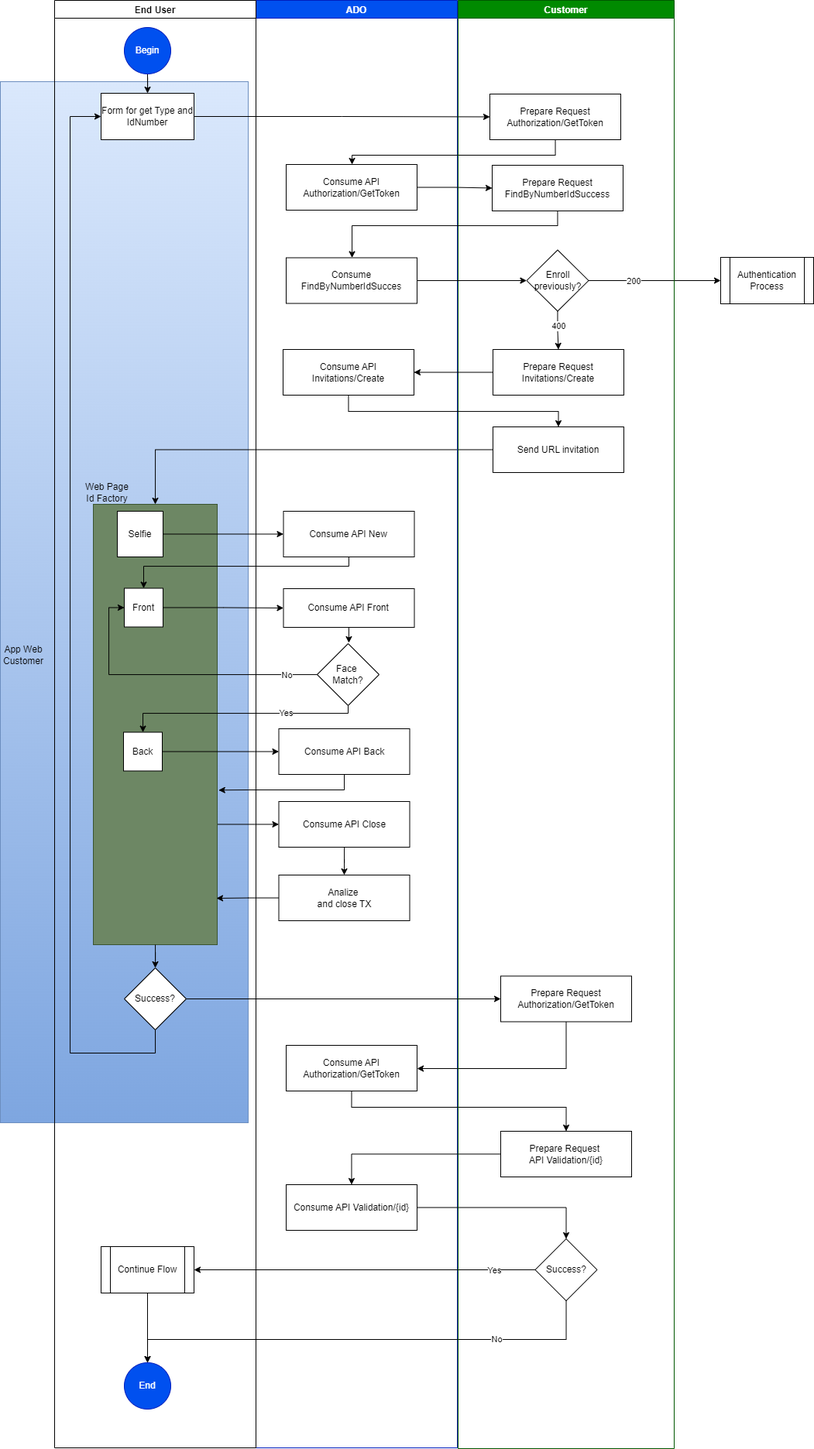
This is V2/imgs/FlujoWebPage.png from A3-Enterprise/A3.Frontend.Documentations, a draw.io export, as it was before one commit. Source tidied: cells renumbered, new cells last; positions are measured from the earlier drawing's top-left corner, leaving out a move shared by most shapes.
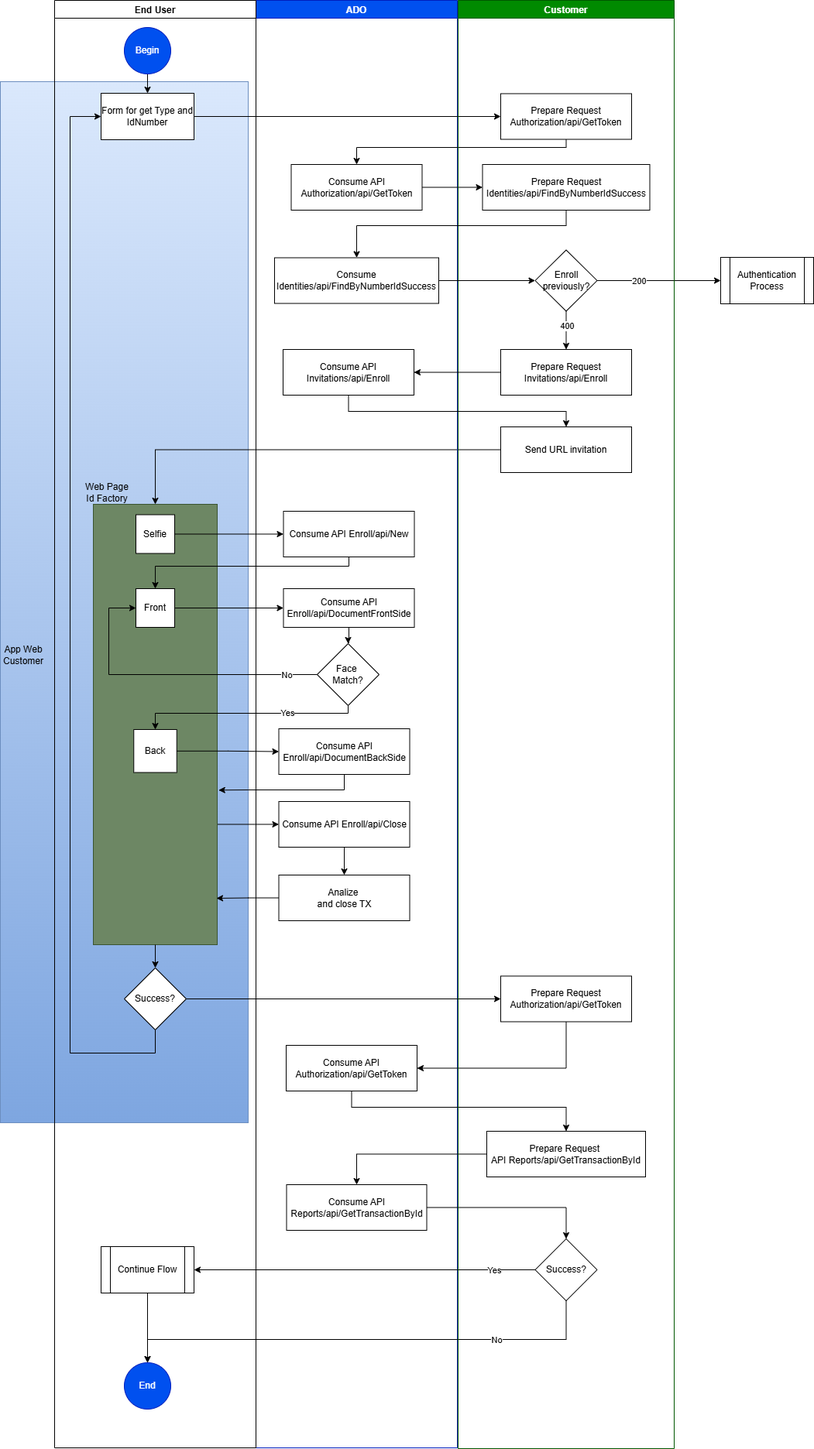
The same file after the commit.

Diff of the diagram source:
```diff
@@ -21,18 +21,21 @@
     <mxCell id="6" value="ADO" style="swimlane;startSize=23;fillColor=#0050ef;fontColor=#ffffff;strokeColor=#001DBC;" parent="1" vertex="1">
       <mxGeometry x="330" width="260" height="1870" as="geometry" />
     </mxCell>
-    <mxCell id="7" value="Consume API Authorization/GetToken&lt;span style=&quot;font-family: monospace; font-size: 0px; text-align: start; text-wrap: nowrap;&quot;&gt;xGraphModel%3E%3Croot%3E%3CmxCell%20id%3D%220%22%2F%3E%3CmxCell%20id%3D%221%22%20parent%3D%220%22%2F%3E%3CmxCell%20id%3D%222%22%20value%3D%22Prepare%20Request%20GetByNumberIdSuccess%22%20style%3D%22rounded%3D0%3BwhiteSpace%3Dwrap%3Bhtml%3D1%3B%22%20vertex%3D%221%22%20parent%3D%221%22%3E%3CmxGeometry%20x%3D%22592%22%20y%3D%22131%22%20width%3D%22169%22%20height%3D%2259%22%20as%3D%22geometry%22%2F%3E%3C%2FmxCell%3E%3C%2Froot%3E%3C%2FmxGraphModel%3E&lt;/span&gt;&lt;span style=&quot;font-family: monospace; font-size: 0px; text-align: start; text-wrap: nowrap;&quot;&gt;%3CmxGraphModel%3E%3Croot%3E%3CmxCell%20id%3D%220%22%2F%3E%3CmxCell%20id%3D%221%22%20parent%3D%220%22%2F%3E%3CmxCell%20id%3D%222%22%20value%3D%22Prepare%20Request%20GetByNumberIdSuccess%22%20style%3D%22rounded%3D0%3BwhiteSpace%3Dwrap%3Bhtml%3D1%3B%22%20vertex%3D%221%22%20parent%3D%221%22%3E%3CmxGeometry%20x%3D%22592%22%20y%3D%22131%22%20width%3D%22169%22%20height%3D%2259%22%20as%3D%22geometr&lt;/span&gt;" style="rounded=0;whiteSpace=wrap;html=1;" parent="6" vertex="1">
-      <mxGeometry x="39" y="212" width="169" height="59" as="geometry" />
+    <mxCell id="7" value="Consume API Authorization/api/GetToken" style="rounded=0;whiteSpace=wrap;html=1;" parent="6" vertex="1">
+      <mxGeometry x="45.5" y="212" width="169" height="59" as="geometry" />
     </mxCell>
-    <mxCell id="8" value="Consume API Authorization/GetToken&lt;span style=&quot;font-family: monospace; font-size: 0px; text-align: start; text-wrap: nowrap;&quot;&gt;xGraphModel%3E%3Croot%3E%3CmxCell%20id%3D%220%22%2F%3E%3CmxCell%20id%3D%221%22%20parent%3D%220%22%2F%3E%3CmxCell%20id%3D%222%22%20value%3D%22Prepare%20Request%20GetByNumberIdSuccess%22%20style%3D%22rounded%3D0%3BwhiteSpace%3Dwrap%3Bhtml%3D1%3B%22%20vertex%3D%221%22%20parent%3D%221%22%3E%3CmxGeometry%20x%3D%22592%22%20y%3D%22131%22%20width%3D%22169%22%20height%3D%2259%22%20as%3D%22geometry%22%2F%3E%3C%2FmxCell%3E%3C%2Froot%3E%3C%2FmxGraphModel%3E&lt;/span&gt;&lt;span style=&quot;font-family: monospace; font-size: 0px; text-align: start; text-wrap: nowrap;&quot;&gt;%3CmxGraphModel%3E%3Croot%3E%3CmxCell%20id%3D%220%22%2F%3E%3CmxCell%20id%3D%221%22%20parent%3D%220%22%2F%3E%3CmxCell%20id%3D%222%22%20value%3D%22Prepare%20Request%20GetByNumberIdSuccess%22%20style%3D%22rounded%3D0%3BwhiteSpace%3Dwrap%3Bhtml%3D1%3B%22%20vertex%3D%221%22%20parent%3D%221%22%3E%3CmxGeometry%20x%3D%22592%22%20y%3D%22131%22%20width%3D%22169%22%20height%3D%2259%22%20as%3D%22geometr&lt;/span&gt;" style="rounded=0;whiteSpace=wrap;html=1;" parent="6" vertex="1">
+    <mxCell id="8" value="Consume API Authorization/api/GetToken" style="rounded=0;whiteSpace=wrap;html=1;" parent="6" vertex="1">
       <mxGeometry x="39" y="1350" width="169" height="59" as="geometry" />
     </mxCell>
     <mxCell id="9" value="Analize&amp;nbsp;&lt;div&gt;and close TX&lt;/div&gt;" style="rounded=0;whiteSpace=wrap;html=1;" parent="6" vertex="1">
       <mxGeometry x="29.5" y="1130" width="169" height="59" as="geometry" />
     </mxCell>
-    <mxCell id="10" value="Consume API Validation/{id}" style="rounded=0;whiteSpace=wrap;html=1;" parent="6" vertex="1">
-      <mxGeometry x="39" y="1530" width="169" height="59" as="geometry" />
+    <mxCell id="10" value="Consume API Reports/api/GetTransactionById" style="rounded=0;whiteSpace=wrap;html=1;" parent="6" vertex="1">
+      <mxGeometry x="39.5" y="1530" width="181" height="59" as="geometry" />
     </mxCell>
+    <mxCell id="60" value="Consume Identities/api/FindByNumberIdSuccess" style="rounded=0;whiteSpace=wrap;html=1;" parent="6" vertex="1">
+      <mxGeometry x="24" y="332.5" width="212" height="59" as="geometry" />
+    </mxCell>
     <mxCell id="11" value="End User" style="swimlane;" parent="1" vertex="1">
       <mxGeometry x="70" width="260" height="1870" as="geometry" />
     </mxCell>
@@ -72,6 +75,15 @@
     <mxCell id="21" style="edgeStyle=orthogonalEdgeStyle;rounded=0;jettySize=auto;html=1;entryX=0.5;entryY=0;entryDx=0;entryDy=0;" parent="11" edge="1" source="19" target="20">
       <mxGeometry relative="1" as="geometry" />
     </mxCell>
+    <mxCell id="76" value="Selfie" style="whiteSpace=wrap;html=1;" parent="11" vertex="1">
+      <mxGeometry x="105" y="664.5" width="50" height="50" as="geometry" />
+    </mxCell>
+    <mxCell id="62" value="Front" style="whiteSpace=wrap;html=1;" parent="11" vertex="1">
+      <mxGeometry x="105" y="760" width="50" height="50" as="geometry" />
+    </mxCell>
+    <mxCell id="61" value="Back" style="whiteSpace=wrap;html=1;" parent="11" vertex="1">
+      <mxGeometry x="102.2" y="942" width="55.5" height="55.5" as="geometry" />
+    </mxCell>
     <mxCell id="22" style="edgeStyle=orthogonalEdgeStyle;rounded=0;jettySize=auto;html=1;" parent="1" edge="1" source="16" target="74">
       <mxGeometry relative="1" as="geometry" />
     </mxCell>
@@ -81,8 +93,8 @@
     <mxCell id="24" style="edgeStyle=orthogonalEdgeStyle;rounded=0;jettySize=auto;html=1;" parent="1" edge="1" source="74" target="7">
       <mxGeometry relative="1" as="geometry">
         <Array as="points">
-          <mxPoint x="717" y="200" />
-          <mxPoint x="454" y="200" />
+          <mxPoint x="731" y="190" />
+          <mxPoint x="460" y="190" />
         </Array>
       </mxGeometry>
     </mxCell>
@@ -158,16 +170,8 @@
     <mxCell id="39" value="Customer" style="swimlane;fillColor=#008a00;fontColor=#ffffff;strokeColor=#005700;" parent="1" vertex="1">
       <mxGeometry x="591" width="279" height="1871" as="geometry" />
     </mxCell>
-    <mxCell id="40" style="edgeStyle=orthogonalEdgeStyle;rounded=0;jettySize=auto;html=1;" parent="39" edge="1" source="41" target="60">
-      <mxGeometry relative="1" as="geometry">
-        <Array as="points">
-          <mxPoint x="129" y="291" />
-          <mxPoint x="-137" y="291" />
-        </Array>
-      </mxGeometry>
-    </mxCell>
-    <mxCell id="41" value="Prepare Request FindByNumberIdSuccess" style="rounded=0;whiteSpace=wrap;html=1;" parent="39" vertex="1">
-      <mxGeometry x="44" y="213" width="169" height="59" as="geometry" />
+    <mxCell id="41" value="Prepare Request Identities/api/FindByNumberIdSuccess" style="rounded=0;whiteSpace=wrap;html=1;" parent="39" vertex="1">
+      <mxGeometry x="31.5" y="212" width="216" height="59" as="geometry" />
     </mxCell>
     <mxCell id="42" style="edgeStyle=orthogonalEdgeStyle;rounded=0;jettySize=auto;html=1;entryX=0.5;entryY=0;entryDx=0;entryDy=0;" parent="39" edge="1" source="44" target="50">
       <mxGeometry relative="1" as="geometry" />
@@ -176,10 +180,10 @@
       <mxGeometry x="-0.24" y="1" relative="1" as="geometry" />
     </mxCell>
     <mxCell id="44" value="Enroll previously?" style="rhombus;whiteSpace=wrap;html=1;" parent="39" vertex="1">
-      <mxGeometry x="88.5" y="322.5" width="80" height="79" as="geometry" />
+      <mxGeometry x="99.5" y="322.5" width="80" height="79" as="geometry" />
     </mxCell>
-    <mxCell id="45" value="Prepare Request&amp;nbsp;&lt;div&gt;API Validation/{id}&lt;/div&gt;" style="rounded=0;whiteSpace=wrap;html=1;" parent="39" vertex="1">
-      <mxGeometry x="55" y="1461" width="169" height="59" as="geometry" />
+    <mxCell id="45" value="Prepare Request&amp;nbsp;&lt;div&gt;API&amp;nbsp;&lt;span style=&quot;background-color: initial;&quot;&gt;Reports/api/GetTransactionById&lt;/span&gt;&lt;/div&gt;" style="rounded=0;whiteSpace=wrap;html=1;" parent="39" vertex="1">
+      <mxGeometry x="37" y="1461" width="205" height="59" as="geometry" />
     </mxCell>
     <mxCell id="46" value="Success?" style="rhombus;whiteSpace=wrap;html=1;" parent="39" vertex="1">
       <mxGeometry x="99.5" y="1600" width="80" height="80" as="geometry" />
@@ -188,35 +192,35 @@
       <mxGeometry relative="1" as="geometry">
         <Array as="points">
           <mxPoint x="-141" y="531" />
-          <mxPoint x="129" y="531" />
+          <mxPoint x="140" y="531" />
         </Array>
       </mxGeometry>
     </mxCell>
-    <mxCell id="48" value="Consume API Invitations/Create" style="rounded=0;whiteSpace=wrap;html=1;" parent="39" vertex="1">
+    <mxCell id="48" value="Consume API Invitations/api/Enroll" style="rounded=0;whiteSpace=wrap;html=1;" parent="39" vertex="1">
       <mxGeometry x="-226" y="451" width="169" height="59" as="geometry" />
     </mxCell>
     <mxCell id="49" style="edgeStyle=orthogonalEdgeStyle;rounded=0;jettySize=auto;html=1;entryX=1;entryY=0.5;entryDx=0;entryDy=0;" parent="39" edge="1" source="50" target="48">
       <mxGeometry relative="1" as="geometry" />
     </mxCell>
-    <mxCell id="50" value="Prepare Request Invitations/Create" style="rounded=0;whiteSpace=wrap;html=1;" parent="39" vertex="1">
-      <mxGeometry x="45" y="451" width="169" height="59" as="geometry" />
+    <mxCell id="50" value="Prepare Request Invitations/api/Enroll" style="rounded=0;whiteSpace=wrap;html=1;" parent="39" vertex="1">
+      <mxGeometry x="55" y="451" width="169" height="59" as="geometry" />
     </mxCell>
     <mxCell id="51" value="Send URL invitation" style="rounded=0;whiteSpace=wrap;html=1;" parent="39" vertex="1">
-      <mxGeometry x="45" y="551" width="169" height="59" as="geometry" />
+      <mxGeometry x="55" y="551" width="169" height="59" as="geometry" />
     </mxCell>
-    <mxCell id="52" value="Consume API New" style="rounded=0;whiteSpace=wrap;html=1;" parent="39" vertex="1">
+    <mxCell id="52" value="Consume API Enroll/api/New" style="rounded=0;whiteSpace=wrap;html=1;" parent="39" vertex="1">
       <mxGeometry x="-225.5" y="660" width="169" height="59" as="geometry" />
     </mxCell>
     <mxCell id="53" style="edgeStyle=orthogonalEdgeStyle;rounded=0;jettySize=auto;html=1;entryX=0.5;entryY=0;entryDx=0;entryDy=0;" parent="39" edge="1" source="54" target="59">
       <mxGeometry relative="1" as="geometry" />
     </mxCell>
-    <mxCell id="54" value="Consume API Front" style="rounded=0;whiteSpace=wrap;html=1;" parent="39" vertex="1">
+    <mxCell id="54" value="Consume API Enroll/api/DocumentFrontSide" style="rounded=0;whiteSpace=wrap;html=1;" parent="39" vertex="1">
       <mxGeometry x="-225.5" y="760" width="169" height="50" as="geometry" />
     </mxCell>
-    <mxCell id="55" value="Consume API Back" style="rounded=0;whiteSpace=wrap;html=1;" parent="39" vertex="1">
+    <mxCell id="55" value="Consume API Enroll/api/DocumentBackSide" style="rounded=0;whiteSpace=wrap;html=1;" parent="39" vertex="1">
       <mxGeometry x="-231.5" y="941" width="169" height="59" as="geometry" />
     </mxCell>
-    <mxCell id="56" value="Consume API Close" style="rounded=0;whiteSpace=wrap;html=1;" parent="39" vertex="1">
+    <mxCell id="56" value="Consume API Enroll/api/Close" style="rounded=0;whiteSpace=wrap;html=1;" parent="39" vertex="1">
       <mxGeometry x="-231.5" y="1035" width="169" height="59" as="geometry" />
     </mxCell>
     <mxCell id="57" style="edgeStyle=orthogonalEdgeStyle;rounded=0;orthogonalLoop=1;jettySize=auto;html=1;entryX=0.5;entryY=0;entryDx=0;entryDy=0;" parent="39" edge="1">
@@ -230,35 +234,40 @@
     <mxCell id="59" value="Face&amp;nbsp;&lt;div&gt;Match?&lt;/div&gt;" style="rhombus;whiteSpace=wrap;html=1;" parent="39" vertex="1">
       <mxGeometry x="-182" y="831" width="80" height="80" as="geometry" />
     </mxCell>
-    <mxCell id="60" value="Consume FindByNumberIdSucces" style="rounded=0;whiteSpace=wrap;html=1;" parent="39" vertex="1">
-      <mxGeometry x="-222" y="332.5" width="169" height="59" as="geometry" />
-    </mxCell>
-    <mxCell id="61" value="Back" style="whiteSpace=wrap;html=1;" parent="39" vertex="1">
-      <mxGeometry x="-432" y="945.5" width="50" height="50" as="geometry" />
-    </mxCell>
-    <mxCell id="62" value="Front" style="whiteSpace=wrap;html=1;" parent="39" vertex="1">
-      <mxGeometry x="-431" y="759.5" width="50" height="50" as="geometry" />
-    </mxCell>
     <mxCell id="63" value="Web Page Id Factory" style="text;html=1;align=center;verticalAlign=middle;whiteSpace=wrap;rounded=0;" parent="39" vertex="1">
       <mxGeometry x="-483" y="621" width="60" height="30" as="geometry" />
     </mxCell>
     <mxCell id="64" value="App Web Customer" style="text;html=1;align=center;verticalAlign=middle;whiteSpace=wrap;rounded=0;" parent="39" vertex="1">
       <mxGeometry x="-591" y="831" width="60" height="30" as="geometry" />
     </mxCell>
+    <mxCell id="74" value="Prepare Request Authorization/api/GetToken" style="rounded=0;whiteSpace=wrap;html=1;" parent="39" vertex="1">
+      <mxGeometry x="55" y="120.5" width="169" height="59" as="geometry" />
+    </mxCell>
+    <mxCell id="75" value="Prepare Request Authorization/api/GetToken" style="rounded=0;whiteSpace=wrap;html=1;" parent="39" vertex="1">
+      <mxGeometry x="55" y="1260.5" width="169" height="59" as="geometry" />
+    </mxCell>
+    <mxCell id="40" style="edgeStyle=orthogonalEdgeStyle;rounded=0;jettySize=auto;html=1;" parent="1" edge="1" source="41" target="60">
+      <mxGeometry relative="1" as="geometry">
+        <Array as="points">
+          <mxPoint x="731" y="291" />
+          <mxPoint x="460" y="291" />
+        </Array>
+      </mxGeometry>
+    </mxCell>
+    <mxCell id="73" style="edgeStyle=orthogonalEdgeStyle;rounded=0;jettySize=auto;html=1;" parent="1" edge="1" source="60" target="44">
+      <mxGeometry relative="1" as="geometry" />
+    </mxCell>
-    <mxCell id="65" style="edgeStyle=orthogonalEdgeStyle;rounded=0;jettySize=auto;html=1;" parent="39" edge="1" source="76" target="52">
+    <mxCell id="65" style="edgeStyle=orthogonalEdgeStyle;rounded=0;jettySize=auto;html=1;" parent="1" edge="1" source="76" target="52">
       <mxGeometry relative="1" as="geometry" />
     </mxCell>
-    <mxCell id="66" style="edgeStyle=orthogonalEdgeStyle;rounded=0;jettySize=auto;html=1;entryX=0;entryY=0.5;entryDx=0;entryDy=0;" parent="39" edge="1" source="62" target="54">
+    <mxCell id="66" style="edgeStyle=orthogonalEdgeStyle;rounded=0;jettySize=auto;html=1;entryX=0;entryY=0.5;entryDx=0;entryDy=0;" parent="1" edge="1" source="62" target="54">
       <mxGeometry relative="1" as="geometry" />
     </mxCell>
-    <mxCell id="67" style="edgeStyle=orthogonalEdgeStyle;rounded=0;jettySize=auto;html=1;entryX=0;entryY=0.5;entryDx=0;entryDy=0;" parent="39" edge="1" source="61" target="55">
-      <mxGeometry relative="1" as="geometry" />
-    </mxCell>
-    <mxCell id="68" style="edgeStyle=orthogonalEdgeStyle;rounded=0;jettySize=auto;html=1;entryX=0;entryY=0.5;entryDx=0;entryDy=0;" parent="39" edge="1" source="59" target="62">
+    <mxCell id="68" style="edgeStyle=orthogonalEdgeStyle;rounded=0;jettySize=auto;html=1;entryX=0;entryY=0.5;entryDx=0;entryDy=0;" parent="1" edge="1" source="59" target="62">
       <mxGeometry relative="1" as="geometry">
         <Array as="points">
-          <mxPoint x="-451" y="871" />
-          <mxPoint x="-451" y="785" />
+          <mxPoint x="140" y="871" />
+          <mxPoint x="140" y="785" />
         </Array>
       </mxGeometry>
     </mxCell>
@@ -267,11 +276,22 @@
         <mxPoint x="-22" y="-1" as="offset" />
       </mxGeometry>
     </mxCell>
+    <mxCell id="72" style="edgeStyle=orthogonalEdgeStyle;rounded=0;jettySize=auto;html=1;entryX=0.5;entryY=0;entryDx=0;entryDy=0;" parent="1" edge="1" source="52" target="62">
+      <mxGeometry relative="1" as="geometry">
+        <Array as="points">
+          <mxPoint x="450" y="731" />
+          <mxPoint x="200" y="731" />
+        </Array>
+      </mxGeometry>
+    </mxCell>
+    <mxCell id="67" style="edgeStyle=orthogonalEdgeStyle;rounded=0;jettySize=auto;html=1;entryX=0;entryY=0.5;entryDx=0;entryDy=0;" parent="1" edge="1" source="61" target="55">
+      <mxGeometry relative="1" as="geometry" />
+    </mxCell>
-    <mxCell id="70" style="edgeStyle=orthogonalEdgeStyle;rounded=0;jettySize=auto;html=1;" parent="39" edge="1" source="59" target="61">
+    <mxCell id="70" style="edgeStyle=orthogonalEdgeStyle;rounded=0;jettySize=auto;html=1;" parent="1" edge="1" source="59" target="61">
       <mxGeometry relative="1" as="geometry">
         <Array as="points">
-          <mxPoint x="-142" y="921" />
-          <mxPoint x="-407" y="921" />
+          <mxPoint x="449" y="921" />
+          <mxPoint x="200" y="921" />
         </Array>
       </mxGeometry>
     </mxCell>
@@ -280,25 +300,5 @@
         <mxPoint x="-67" y="-2" as="offset" />
       </mxGeometry>
     </mxCell>
-    <mxCell id="72" style="edgeStyle=orthogonalEdgeStyle;rounded=0;jettySize=auto;html=1;entryX=0.5;entryY=0;entryDx=0;entryDy=0;" parent="39" edge="1" source="52" target="62">
-      <mxGeometry relative="1" as="geometry">
-        <Array as="points">
-          <mxPoint x="-141" y="731" />
-          <mxPoint x="-406" y="731" />
-        </Array>
-      </mxGeometry>
-    </mxCell>
-    <mxCell id="73" style="edgeStyle=orthogonalEdgeStyle;rounded=0;jettySize=auto;html=1;" parent="39" edge="1" source="60" target="44">
-      <mxGeometry relative="1" as="geometry" />
-    </mxCell>
-    <mxCell id="74" value="Prepare Request Authorization/GetToken&lt;span style=&quot;font-family: monospace; font-size: 0px; text-align: start; text-wrap: nowrap;&quot;&gt;xGraphModel%3E%3Croot%3E%3CmxCell%20id%3D%220%22%2F%3E%3CmxCell%20id%3D%221%22%20parent%3D%220%22%2F%3E%3CmxCell%20id%3D%222%22%20value%3D%22Prepare%20Request%20GetByNumberIdSuccess%22%20style%3D%22rounded%3D0%3BwhiteSpace%3Dwrap%3Bhtml%3D1%3B%22%20vertex%3D%221%22%20parent%3D%221%22%3E%3CmxGeometry%20x%3D%22592%22%20y%3D%22131%22%20width%3D%22169%22%20height%3D%2259%22%20as%3D%22geometry%22%2F%3E%3C%2FmxCell%3E%3C%2Froot%3E%3C%2FmxGraphModel%3E&lt;/span&gt;&lt;span style=&quot;font-family: monospace; font-size: 0px; text-align: start; text-wrap: nowrap;&quot;&gt;%3CmxGraphModel%3E%3Croot%3E%3CmxCell%20id%3D%220%22%2F%3E%3CmxCell%20id%3D%221%22%20parent%3D%220%22%2F%3E%3CmxCell%20id%3D%222%22%20value%3D%22Prepare%20Request%20GetByNumberIdSuccess%22%20style%3D%22rounded%3D0%3BwhiteSpace%3Dwrap%3Bhtml%3D1%3B%22%20vertex%3D%221%22%20parent%3D%221%22%3E%3CmxGeometry%20x%3D%22592%22%20y%3D%22131%22%20width%3D%22169%22%20height%3D%2259%22%20as%3D%22geometr&lt;/span&gt;" style="rounded=0;whiteSpace=wrap;html=1;" parent="39" vertex="1">
-      <mxGeometry x="41" y="121" width="169" height="59" as="geometry" />
-    </mxCell>
-    <mxCell id="75" value="Prepare Request Authorization/GetToken&lt;span style=&quot;font-family: monospace; font-size: 0px; text-align: start; text-wrap: nowrap;&quot;&gt;xGraphModel%3E%3Croot%3E%3CmxCell%20id%3D%220%22%2F%3E%3CmxCell%20id%3D%221%22%20parent%3D%220%22%2F%3E%3CmxCell%20id%3D%222%22%20value%3D%22Prepare%20Request%20GetByNumberIdSuccess%22%20style%3D%22rounded%3D0%3BwhiteSpace%3Dwrap%3Bhtml%3D1%3B%22%20vertex%3D%221%22%20parent%3D%221%22%3E%3CmxGeometry%20x%3D%22592%22%20y%3D%22131%22%20width%3D%22169%22%20height%3D%2259%22%20as%3D%22geometry%22%2F%3E%3C%2FmxCell%3E%3C%2Froot%3E%3C%2FmxGraphModel%3E&lt;/span&gt;&lt;span style=&quot;font-family: monospace; font-size: 0px; text-align: start; text-wrap: nowrap;&quot;&gt;%3CmxGraphModel%3E%3Croot%3E%3CmxCell%20id%3D%220%22%2F%3E%3CmxCell%20id%3D%221%22%20parent%3D%220%22%2F%3E%3CmxCell%20id%3D%222%22%20value%3D%22Prepare%20Request%20GetByNumberIdSuccess%22%20style%3D%22rounded%3D0%3BwhiteSpace%3Dwrap%3Bhtml%3D1%3B%22%20vertex%3D%221%22%20parent%3D%221%22%3E%3CmxGeometry%20x%3D%22592%22%20y%3D%22131%22%20width%3D%22169%22%20height%3D%2259%22%20as%3D%22geometr&lt;/span&gt;" style="rounded=0;whiteSpace=wrap;html=1;" parent="39" vertex="1">
-      <mxGeometry x="55" y="1260.5" width="169" height="59" as="geometry" />
-    </mxCell>
-    <mxCell id="76" value="Selfie" style="whiteSpace=wrap;html=1;" parent="39" vertex="1">
-      <mxGeometry x="-440" y="660" width="59" height="59" as="geometry" />
-    </mxCell>
   </root>
 </mxGraphModel>
```
